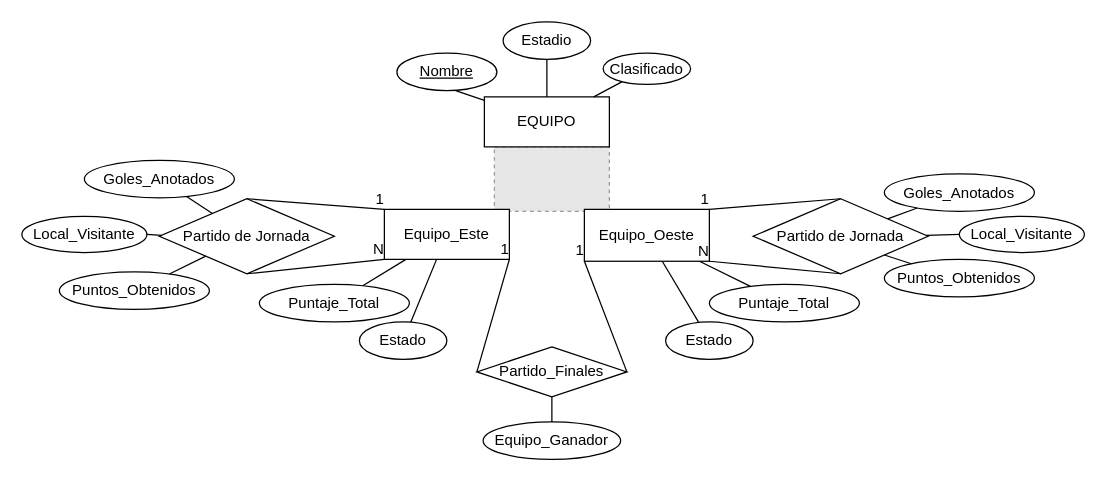
This is Futbol.drawio from IsraMejia/DiagramasEntidadRelacion, a draw.io file, before an edit. Source tidied: cells renumbered, new cells numbered last; positions are measured from the earlier drawing's top-left corner, leaving out a move shared by most shapes. Both pictures are drawn from the tidied source at 125%, with x=0, y=0 at pixel (21, 21). Pictures stored in the file or linked from it are replaced by grey dashed boxes.
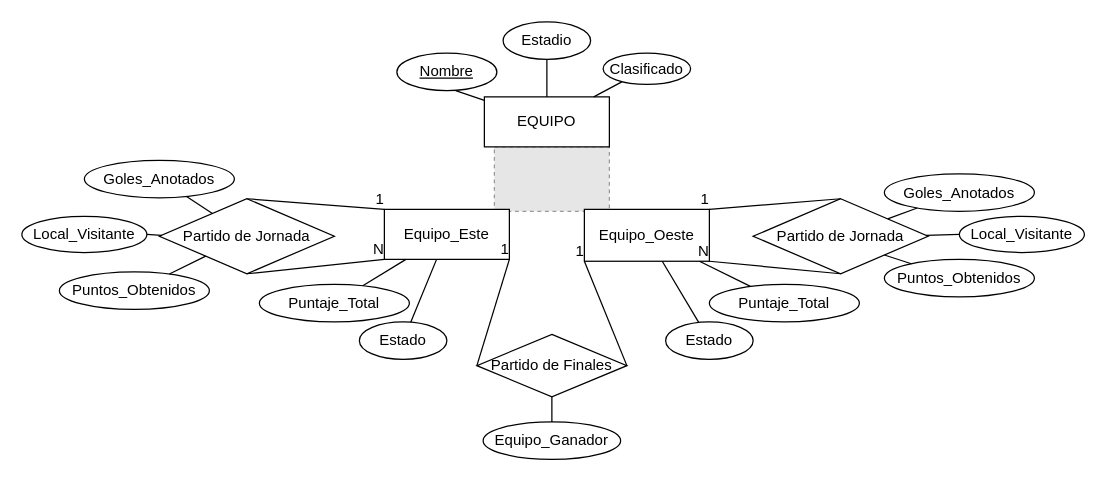
The same diagram, later.

Change to the diagram source:
```diff
@@
-    <mxCell id="41" value="Partido_Finales" style="shape=rhombus;perimeter=rhombusPerimeter;whiteSpace=wrap;html=1;align=center;" parent="1" vertex="1">
-      <mxGeometry x="364" y="260" width="120" height="40" as="geometry" />
+    <mxCell id="41" value="Partido de Finales" style="shape=rhombus;perimeter=rhombusPerimeter;whiteSpace=wrap;html=1;align=center;" parent="1" vertex="1">
+      <mxGeometry x="364" y="250" width="120" height="50" as="geometry" />
     </mxCell>
```
